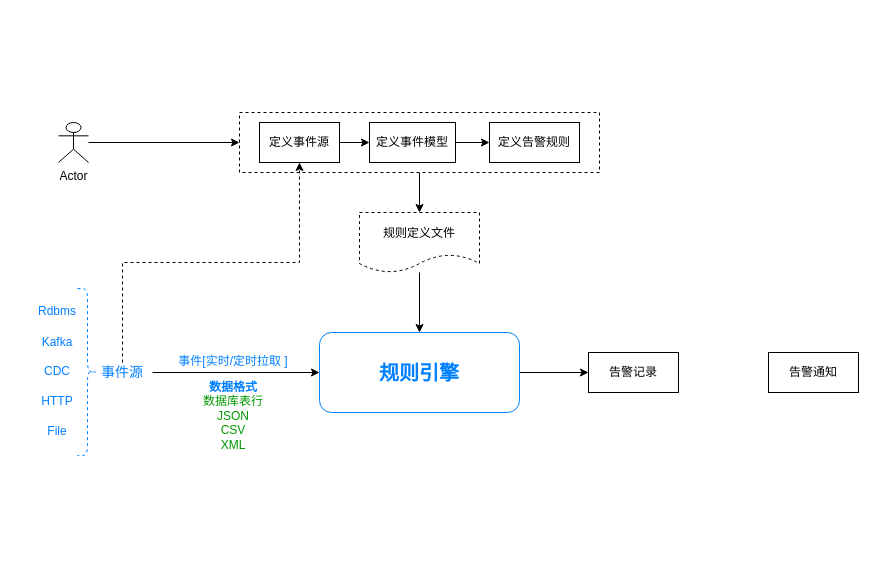
Earlier version of the draw.io diagram page "架构图" (1 of 2) of 设计.drawio (tom1978/alarm). Source tidied: cells renumbered, new cells numbered last; positions are measured from the earlier drawing's top-left corner, leaving out a move shared by most shapes. Both pictures are drawn from the tidied source at 100%, with x=0, y=0 at pixel (27, 112).
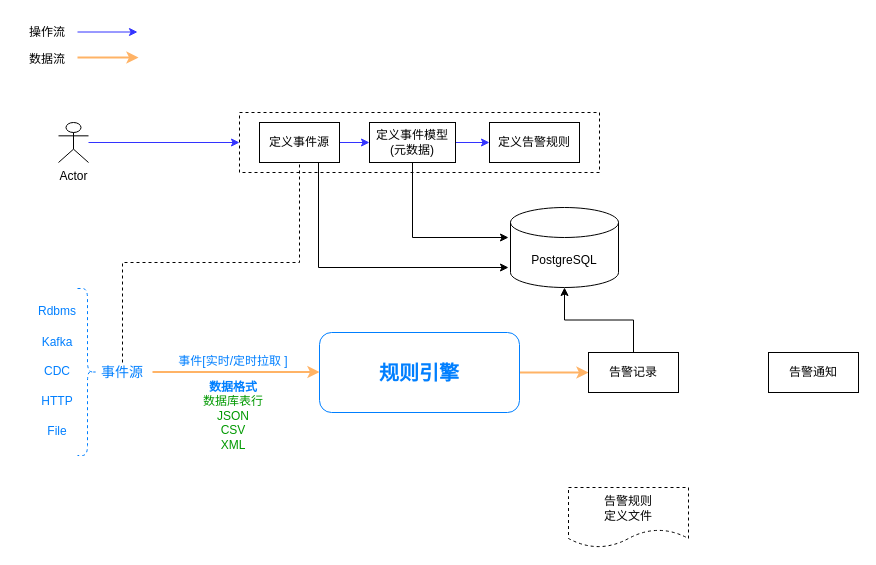
The same page after the edit.

Unchanged cells that the change refers to:
```xml
<mxCell id="3" style="rounded=0;whiteSpace=wrap;html=1;dashed=1;" parent="1" vertex="1">
  <mxGeometry x="212" width="360" height="60" as="geometry" />
</mxCell>
<mxCell id="5" value="规则引擎" style="rounded=1;whiteSpace=wrap;html=1;fontSize=20;strokeColor=#007FFF;fontStyle=1;fontColor=#007FFF;" parent="1" vertex="1">
  <mxGeometry x="292" y="220" width="200" height="80" as="geometry" />
</mxCell>
<mxCell id="7" value="Actor" style="shape=umlActor;verticalLabelPosition=bottom;verticalAlign=top;html=1;outlineConnect=0;" parent="1" vertex="1">
  <mxGeometry x="31" y="10" width="30" height="40" as="geometry" />
</mxCell>
<mxCell id="9" value="定义事件源" style="rounded=0;whiteSpace=wrap;html=1;" parent="1" vertex="1">
  <mxGeometry x="232" y="10" width="80" height="40" as="geometry" />
</mxCell>
<mxCell id="12" value="定义告警规则" style="rounded=0;whiteSpace=wrap;html=1;" parent="1" vertex="1">
  <mxGeometry x="462" y="10" width="90" height="40" as="geometry" />
</mxCell>
<mxCell id="23" value="事件源" style="text;strokeColor=none;align=center;fillColor=none;html=1;verticalAlign=middle;whiteSpace=wrap;rounded=0;fontSize=14;fontColor=#007FFF;" parent="1" vertex="1">
  <mxGeometry x="65" y="250" width="60" height="20" as="geometry" />
</mxCell>
<mxCell id="26" value="告警记录" style="rounded=0;whiteSpace=wrap;html=1;" parent="1" vertex="1">
  <mxGeometry x="561" y="240" width="90" height="40" as="geometry" />
</mxCell>
```

Diff of the diagram source:
```diff
@@
-    <mxCell id="2" style="edgeStyle=orthogonalEdgeStyle;rounded=0;jettySize=auto;html=1;exitX=0.5;exitY=1;exitDx=0;exitDy=0;entryX=0.5;entryY=0;entryDx=0;entryDy=0;" parent="1" edge="1" source="3" target="14">
-      <mxGeometry relative="1" as="geometry" />
-    </mxCell>
@@
-    <mxCell id="4" style="edgeStyle=orthogonalEdgeStyle;rounded=0;jettySize=auto;html=1;entryX=0;entryY=0.5;entryDx=0;entryDy=0;fontSize=12;fontColor=#009900;" parent="1" edge="1" source="5" target="26">
+    <mxCell id="4" style="edgeStyle=orthogonalEdgeStyle;rounded=0;jettySize=auto;html=1;entryX=0;entryY=0.5;entryDx=0;entryDy=0;fontSize=14;fontColor=#007FFF;strokeColor=#FFB366;strokeWidth=2;" parent="1" edge="1" source="5" target="26">
       <mxGeometry relative="1" as="geometry" />
     </mxCell>
@@
-    <mxCell id="6" style="edgeStyle=orthogonalEdgeStyle;rounded=0;jettySize=auto;html=1;entryX=0;entryY=0.5;entryDx=0;entryDy=0;fontSize=20;fontColor=#007FFF;" parent="1" edge="1" source="7" target="3">
+    <mxCell id="6" style="edgeStyle=orthogonalEdgeStyle;rounded=0;jettySize=auto;html=1;entryX=0;entryY=0.5;entryDx=0;entryDy=0;fontSize=20;fontColor=#007FFF;strokeColor=#3333FF;fillColor=#d5e8d4;" parent="1" edge="1" source="7" target="3">
       <mxGeometry relative="1" as="geometry" />
     </mxCell>
@@
-    <mxCell id="8" style="edgeStyle=orthogonalEdgeStyle;rounded=0;jettySize=auto;html=1;exitX=1;exitY=0.5;exitDx=0;exitDy=0;entryX=0;entryY=0.5;entryDx=0;entryDy=0;" parent="1" edge="1" source="9" target="11">
+    <mxCell id="8" style="edgeStyle=orthogonalEdgeStyle;rounded=0;jettySize=auto;html=1;exitX=1;exitY=0.5;exitDx=0;exitDy=0;entryX=0;entryY=0.5;entryDx=0;entryDy=0;fontSize=20;strokeColor=#3333FF;fontColor=#007FFF;fillColor=#d5e8d4;" parent="1" edge="1" source="9" target="11">
       <mxGeometry relative="1" as="geometry" />
     </mxCell>
+    <mxCell id="28" style="edgeStyle=orthogonalEdgeStyle;rounded=0;jettySize=auto;html=1;" parent="1" edge="1" source="9">
+      <mxGeometry relative="1" as="geometry">
+        <mxPoint x="481" y="155" as="targetPoint" />
+        <Array as="points">
+          <mxPoint x="291" y="155" />
+        </Array>
+      </mxGeometry>
+    </mxCell>
@@
-    <mxCell id="10" style="edgeStyle=orthogonalEdgeStyle;rounded=0;jettySize=auto;html=1;exitX=1;exitY=0.5;exitDx=0;exitDy=0;entryX=0;entryY=0.5;entryDx=0;entryDy=0;" parent="1" edge="1" source="11" target="12">
+    <mxCell id="10" style="edgeStyle=orthogonalEdgeStyle;rounded=0;jettySize=auto;html=1;exitX=1;exitY=0.5;exitDx=0;exitDy=0;entryX=0;entryY=0.5;entryDx=0;entryDy=0;fontSize=20;strokeColor=#3333FF;fontColor=#007FFF;fillColor=#d5e8d4;" parent="1" edge="1" source="11" target="12">
       <mxGeometry relative="1" as="geometry" />
     </mxCell>
+    <mxCell id="29" style="edgeStyle=orthogonalEdgeStyle;rounded=0;jettySize=auto;html=1;" parent="1" edge="1" source="11">
+      <mxGeometry relative="1" as="geometry">
+        <mxPoint x="481" y="125" as="targetPoint" />
+        <Array as="points">
+          <mxPoint x="385" y="125" />
+        </Array>
+      </mxGeometry>
+    </mxCell>
-    <mxCell id="11" value="定义事件模型" style="rounded=0;whiteSpace=wrap;html=1;" parent="1" vertex="1">
+    <mxCell id="11" value="定义事件模型&lt;br&gt;(元数据)" style="rounded=0;whiteSpace=wrap;html=1;" parent="1" vertex="1">
       <mxGeometry x="342" y="10" width="86" height="40" as="geometry" />
     </mxCell>
@@
-    <mxCell id="13" style="edgeStyle=orthogonalEdgeStyle;rounded=0;jettySize=auto;html=1;entryX=0.5;entryY=0;entryDx=0;entryDy=0;fontSize=20;" parent="1" edge="1" source="14" target="5">
-      <mxGeometry relative="1" as="geometry" />
-    </mxCell>
-    <mxCell id="14" value="规则定义文件" style="shape=document;whiteSpace=wrap;html=1;boundedLbl=1;dashed=1;" parent="1" vertex="1">
-      <mxGeometry x="332" y="100" width="120" height="60" as="geometry" />
+    <mxCell id="14" value="告警规则&lt;br&gt;定义文件" style="shape=document;whiteSpace=wrap;html=1;boundedLbl=1;dashed=1;" parent="1" vertex="1">
+      <mxGeometry x="541" y="375" width="120" height="60" as="geometry" />
     </mxCell>
@@
-    <mxCell id="21" style="edgeStyle=orthogonalEdgeStyle;rounded=0;jettySize=auto;html=1;entryX=0;entryY=0.5;entryDx=0;entryDy=0;fontSize=14;fontColor=#007FFF;" parent="1" edge="1" source="23" target="5">
-      <mxGeometry relative="1" as="geometry" />
+    <mxCell id="21" style="edgeStyle=orthogonalEdgeStyle;rounded=0;orthogonalLoop=1;jettySize=auto;html=1;fontSize=14;fontColor=#007FFF;strokeColor=#FFB366;strokeWidth=2;" parent="1" edge="1">
+      <mxGeometry relative="1" as="geometry">
+        <mxPoint x="50" y="-55" as="sourcePoint" />
+        <mxPoint x="111" y="-55" as="targetPoint" />
+      </mxGeometry>
     </mxCell>
-    <mxCell id="22" style="edgeStyle=orthogonalEdgeStyle;rounded=0;jettySize=auto;html=1;exitX=0.5;exitY=0;exitDx=0;exitDy=0;fontSize=14;fontColor=#007FFF;dashed=1;" parent="1" edge="1" source="23" target="9">
+    <mxCell id="22" style="edgeStyle=orthogonalEdgeStyle;rounded=0;jettySize=auto;html=1;exitX=0.5;exitY=0;exitDx=0;exitDy=0;fontSize=14;fontColor=#007FFF;dashed=1;endArrow=none;endFill=0;" parent="1" edge="1" source="23" target="9">
       <mxGeometry relative="1" as="geometry" />
     </mxCell>
@@
+    <mxCell id="30" style="edgeStyle=orthogonalEdgeStyle;rounded=0;jettySize=auto;html=1;exitX=0.5;exitY=0;exitDx=0;exitDy=0;entryX=0.5;entryY=1;entryDx=0;entryDy=0;entryPerimeter=0;" parent="1" edge="1" source="26" target="31">
+      <mxGeometry relative="1" as="geometry" />
+    </mxCell>
@@
+    <mxCell id="31" value="PostgreSQL" style="shape=cylinder3;whiteSpace=wrap;html=1;boundedLbl=1;backgroundOutline=1;size=15;" parent="1" vertex="1">
+      <mxGeometry x="483" y="95" width="108" height="80" as="geometry" />
+    </mxCell>
+    <mxCell id="32" style="edgeStyle=orthogonalEdgeStyle;rounded=0;orthogonalLoop=1;jettySize=auto;html=1;fontSize=20;fontColor=#007FFF;strokeColor=#3333FF;fillColor=#d5e8d4;" parent="1" edge="1">
+      <mxGeometry relative="1" as="geometry">
+        <mxPoint x="50" y="-80.5" as="sourcePoint" />
+        <mxPoint x="110" y="-80.5" as="targetPoint" />
+      </mxGeometry>
+    </mxCell>
+    <mxCell id="33" value="操作流" style="text;strokeColor=none;align=center;fillColor=none;html=1;verticalAlign=middle;whiteSpace=wrap;rounded=0;" parent="1" vertex="1">
+      <mxGeometry x="-10" y="-95" width="60" height="30" as="geometry" />
+    </mxCell>
+    <mxCell id="34" style="edgeStyle=orthogonalEdgeStyle;rounded=0;orthogonalLoop=1;jettySize=auto;html=1;entryX=0;entryY=0.5;entryDx=0;entryDy=0;fontSize=14;fontColor=#007FFF;strokeColor=#FFB366;strokeWidth=2;" parent="1" edge="1">
+      <mxGeometry relative="1" as="geometry">
+        <mxPoint x="125" y="259.5" as="sourcePoint" />
+        <mxPoint x="292" y="259.5" as="targetPoint" />
+      </mxGeometry>
+    </mxCell>
+    <mxCell id="35" value="数据流" style="text;strokeColor=none;align=center;fillColor=none;html=1;verticalAlign=middle;whiteSpace=wrap;rounded=0;" parent="1" vertex="1">
+      <mxGeometry x="-10" y="-68" width="60" height="30" as="geometry" />
+    </mxCell>
```
